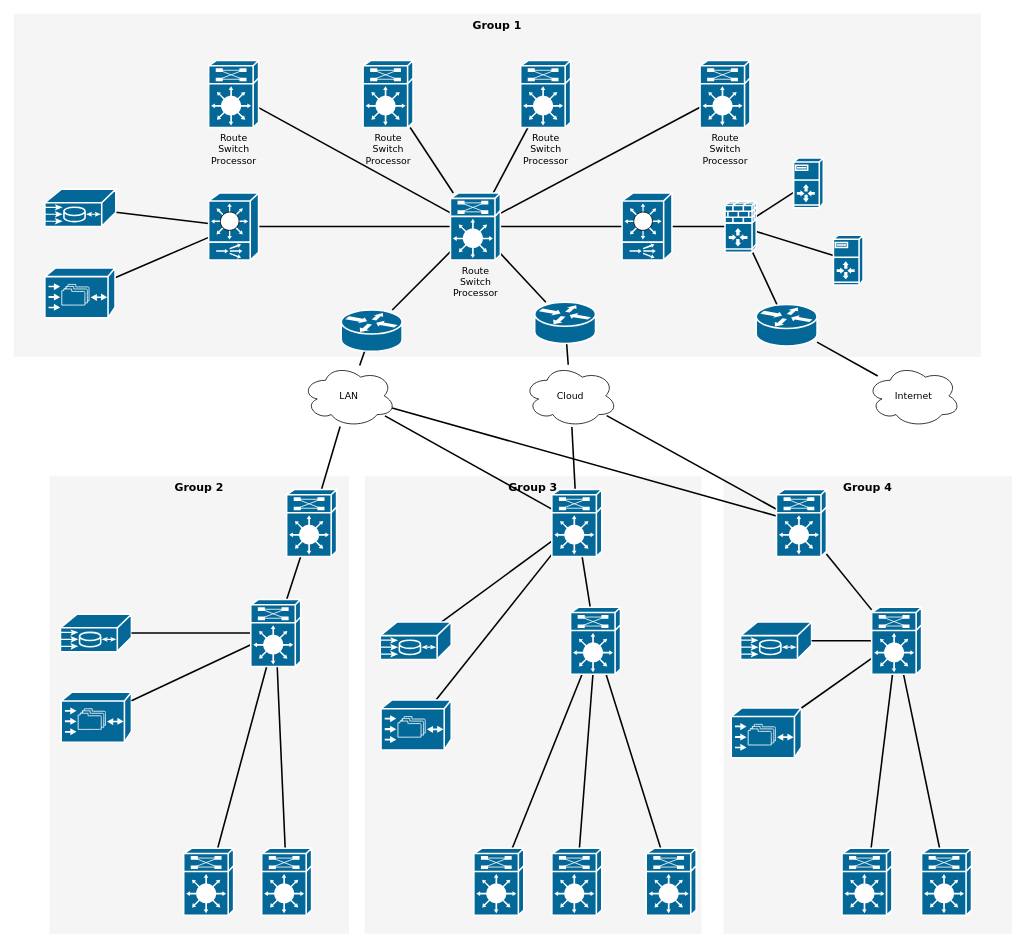
Above: ACTIVATING/Untitled Diagram.drawio in jmkaratie/Windows (draw.io), before the change. Source tidied: cells renumbered, new cells numbered last; positions are measured from the earlier drawing's top-left corner, leaving out a move shared by most shapes. Both pictures are drawn from the tidied source at 78%, with x=0, y=0 at pixel (13, 13).
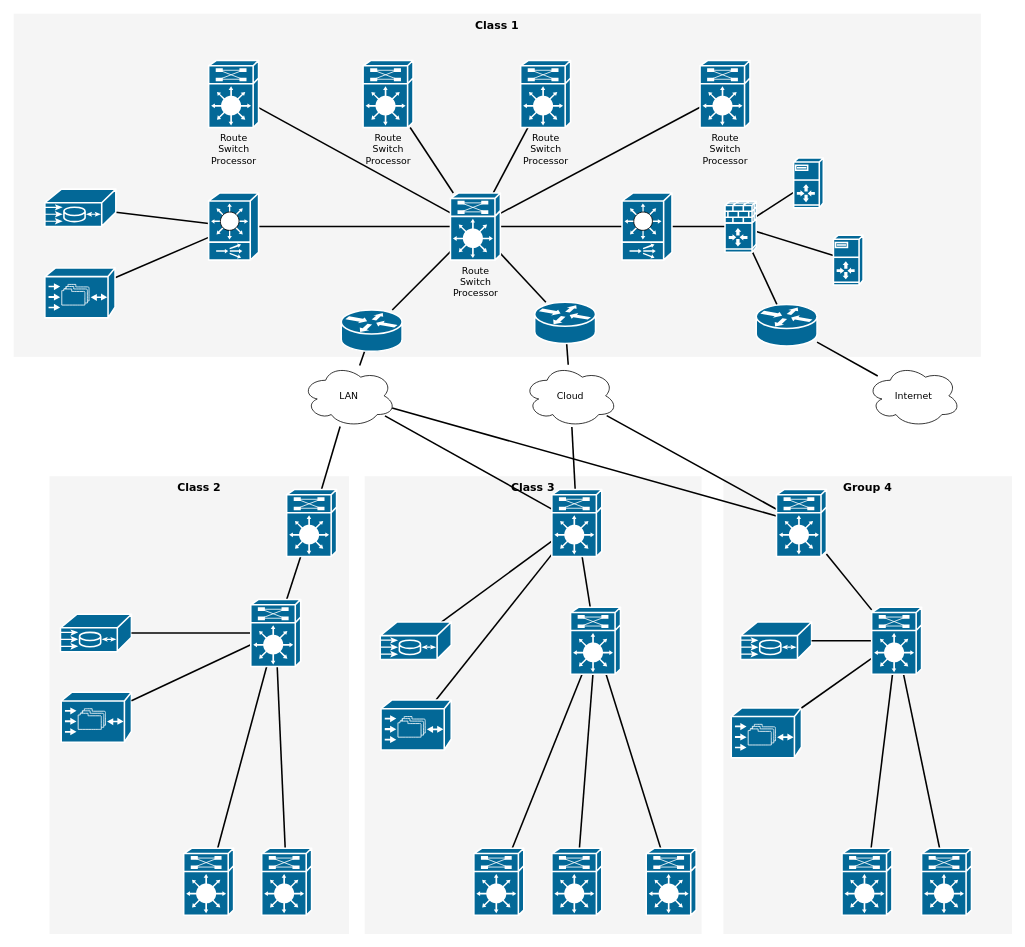
The same page after the edit.

The edit, as a diff of the source:
```diff
@@
-    <mxCell id="2" value="Group 1" style="whiteSpace=wrap;html=1;rounded=0;shadow=0;comic=0;strokeWidth=1;fontFamily=Verdana;fontSize=14;fillColor=#f5f5f5;strokeColor=none;verticalAlign=top;fontStyle=1;" parent="1" vertex="1">
+    <mxCell id="2" value="Class 1" style="whiteSpace=wrap;html=1;rounded=0;shadow=0;comic=0;strokeWidth=1;fontFamily=Verdana;fontSize=14;fillColor=#f5f5f5;strokeColor=none;verticalAlign=top;fontStyle=1;" parent="1" vertex="1">
       <mxGeometry width="1240" height="440" as="geometry" />
     </mxCell>
@@
-    <mxCell id="4" value="Group 3" style="whiteSpace=wrap;html=1;rounded=0;shadow=0;comic=0;strokeWidth=1;fontFamily=Verdana;fontSize=14;fillColor=#f5f5f5;strokeColor=none;fontStyle=1;verticalAlign=top;" parent="1" vertex="1">
+    <mxCell id="4" value="Class 3" style="whiteSpace=wrap;html=1;rounded=0;shadow=0;comic=0;strokeWidth=1;fontFamily=Verdana;fontSize=14;fillColor=#f5f5f5;strokeColor=none;fontStyle=1;verticalAlign=top;" parent="1" vertex="1">
       <mxGeometry x="450" y="593" width="432" height="587" as="geometry" />
     </mxCell>
-    <mxCell id="5" value="Group 2" style="whiteSpace=wrap;html=1;rounded=0;shadow=0;comic=0;strokeWidth=1;fontFamily=Verdana;fontSize=14;fillColor=#f5f5f5;strokeColor=none;fontStyle=1;verticalAlign=top;" parent="1" vertex="1">
+    <mxCell id="5" value="Class 2" style="whiteSpace=wrap;html=1;rounded=0;shadow=0;comic=0;strokeWidth=1;fontFamily=Verdana;fontSize=14;fillColor=#f5f5f5;strokeColor=none;fontStyle=1;verticalAlign=top;" parent="1" vertex="1">
       <mxGeometry x="46" y="593" width="384" height="587" as="geometry" />
     </mxCell>
```
